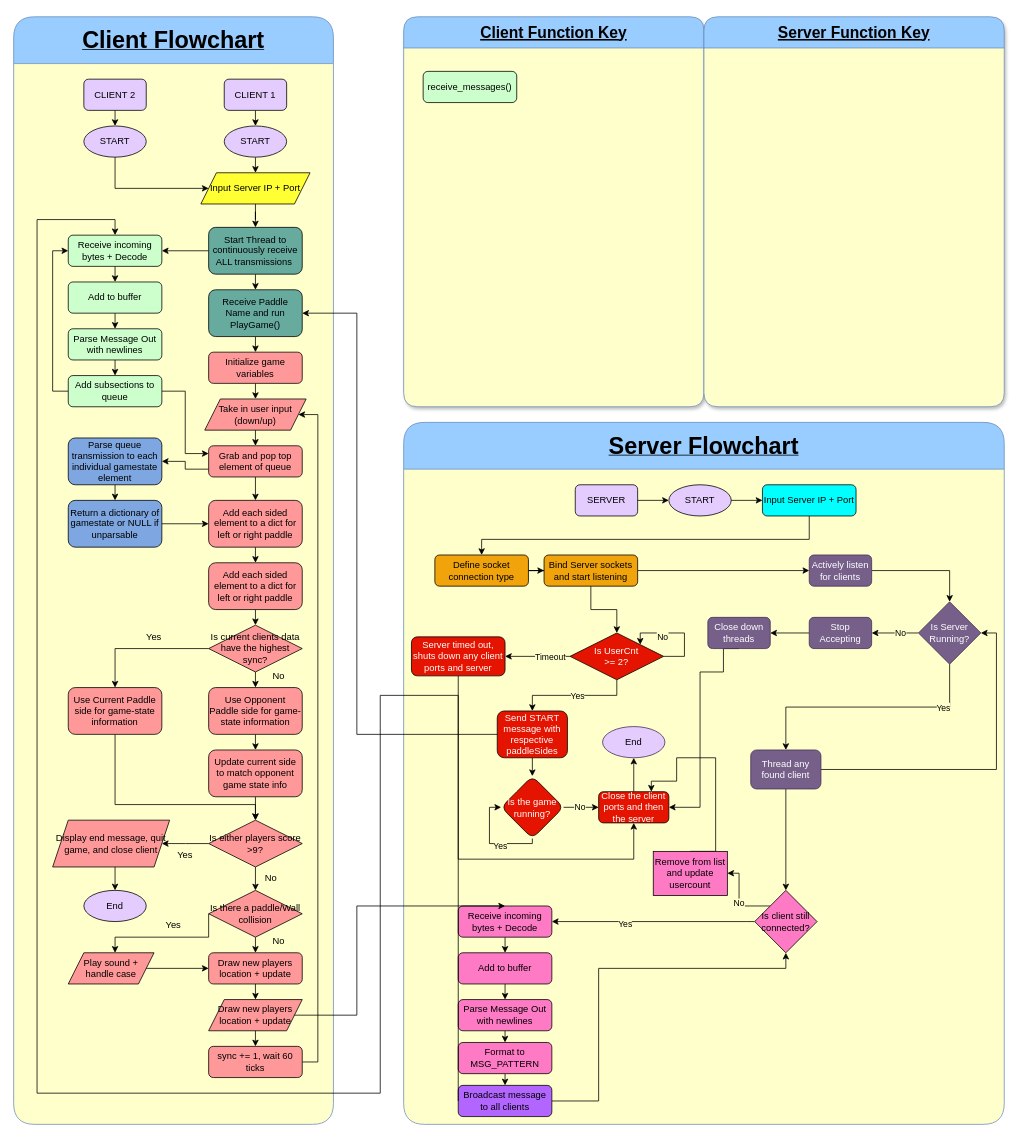
The draw.io diagram CS371_Project_Fall2025/CS371UMLDiagram.drawio in PixelatedLatte/CS371PongProject, before the edit. Source tidied: cells renumbered, new cells numbered last; positions are measured from the earlier drawing's top-left corner, leaving out a move shared by most shapes. Both pictures are drawn from the tidied source at 78%, with x=0, y=0 at pixel (13, 16).
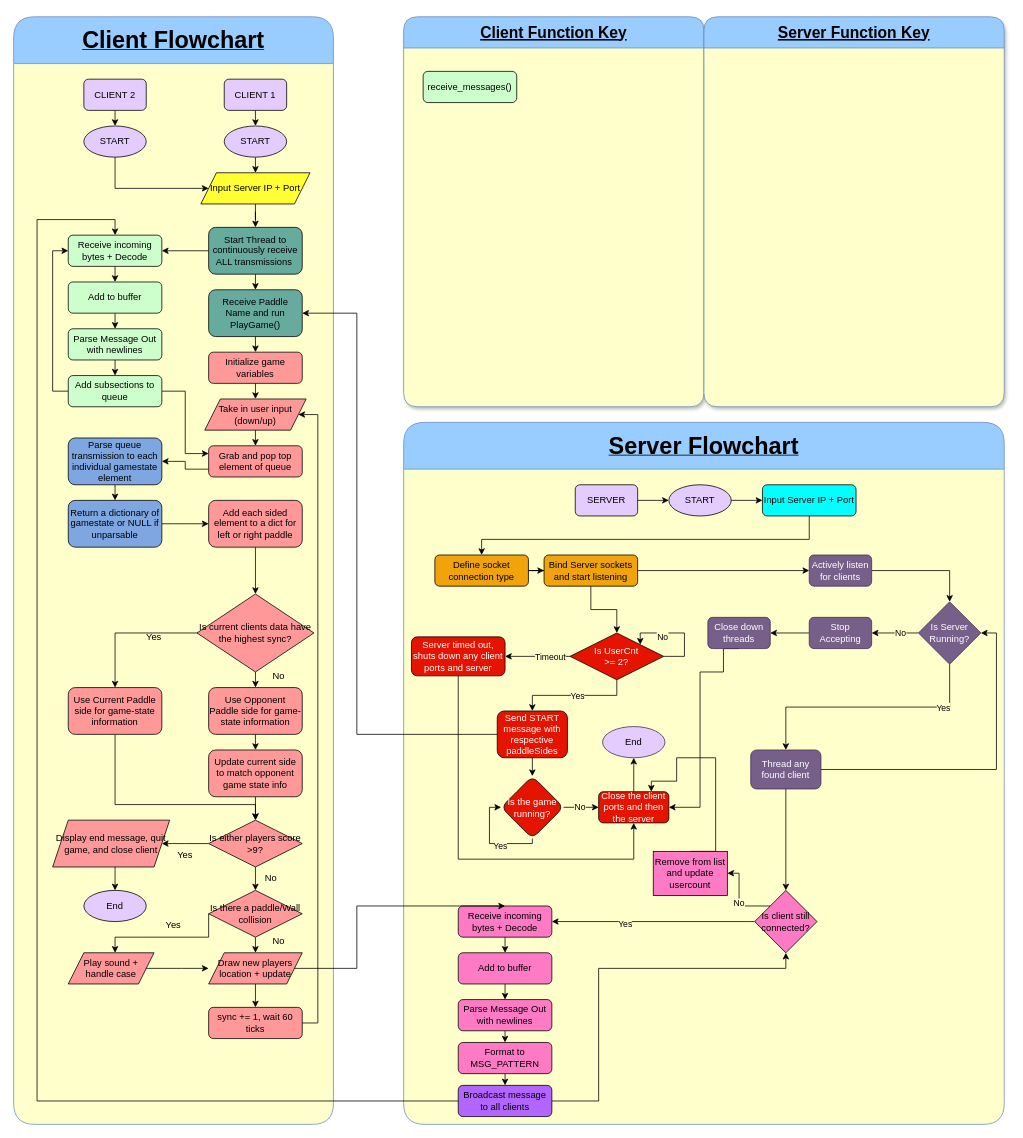
Above is the later version.

Commit message:
Fixed some more flowchart issues

Unchanged cells that the change refers to:
```xml
<mxCell id="32" value="Receive incoming bytes + Decode" style="rounded=1;whiteSpace=wrap;html=1;fillColor=#FF7AC5;" parent="2" vertex="1">
  <mxGeometry x="70" y="620" width="120" height="40" as="geometry" />
</mxCell>
<mxCell id="38" value="Broadcast message to all clients" style="rounded=1;whiteSpace=wrap;html=1;fillColor=#B266FF;" parent="2" vertex="1">
  <mxGeometry x="70" y="850" width="120" height="40" as="geometry" />
</mxCell>
<mxCell id="65" value="&lt;u&gt;&lt;font style=&quot;font-size: 30px;&quot;&gt;Client Flowchart&lt;/font&gt;&lt;/u&gt;" style="swimlane;whiteSpace=wrap;html=1;fillColor=#99CCFF;strokeColor=#6c8ebf;labelBorderColor=none;rounded=1;shadow=0;gradientColor=none;swimlaneFillColor=light-dark(#FFFFCC,#EDEDED);startSize=60;" parent="1" vertex="1">
  <mxGeometry width="410" height="1420" as="geometry" />
</mxCell>
<mxCell id="68" value="Take in user input (down/up)" style="shape=parallelogram;perimeter=parallelogramPerimeter;whiteSpace=wrap;html=1;fixedSize=1;fillColor=light-dark(#ff9999, #ededed);" parent="65" vertex="1">
  <mxGeometry x="245" y="490" width="130" height="40" as="geometry" />
</mxCell>
<mxCell id="70" value="Play sound + handle case" style="shape=parallelogram;perimeter=parallelogramPerimeter;whiteSpace=wrap;html=1;fixedSize=1;fillColor=light-dark(#ff9999, #ededed);" parent="65" vertex="1">
  <mxGeometry x="70" y="1200" width="110" height="40" as="geometry" />
</mxCell>
<mxCell id="85" value="Receive incoming bytes + Decode" style="rounded=1;whiteSpace=wrap;html=1;fillColor=#CCFFCC;" parent="1" vertex="1">
  <mxGeometry x="70" y="280" width="120" height="40" as="geometry" />
</mxCell>
<mxCell id="98" value="Grab and pop top element of queue" style="rounded=1;whiteSpace=wrap;html=1;fillColor=#FF9999;" parent="1" vertex="1">
  <mxGeometry x="250" y="550" width="120" height="40" as="geometry" />
</mxCell>
<mxCell id="104" value="Add each sided element to a dict for left or right paddle" style="rounded=1;whiteSpace=wrap;html=1;fillColor=#FF9999;" parent="1" vertex="1">
  <mxGeometry x="250" y="620" width="120" height="60" as="geometry" />
</mxCell>
<mxCell id="122" value="Is there a paddle/Wall collision" style="rhombus;whiteSpace=wrap;html=1;fillColor=#FF9999;" parent="1" vertex="1">
  <mxGeometry x="250" y="1120" width="120" height="60" as="geometry" />
</mxCell>
```

What changed in the source:
```diff
@@
     <mxCell id="66" value="Draw new players location + update" style="shape=parallelogram;perimeter=parallelogramPerimeter;whiteSpace=wrap;html=1;fixedSize=1;fillColor=light-dark(#ff9999, #ededed);" parent="65" vertex="1">
-      <mxGeometry x="250" y="1260" width="120" height="40" as="geometry" />
+      <mxGeometry x="250" y="1200" width="120" height="40" as="geometry" />
     </mxCell>
@@
+    <mxCell id="109" value="Is current clients data have the highest sync?" style="rhombus;whiteSpace=wrap;html=1;fillColor=#FF9999;" parent="65" vertex="1">
+      <mxGeometry x="235" y="740" width="150" height="100" as="geometry" />
+    </mxCell>
+    <mxCell id="129" value="sync += 1, wait 60 ticks" style="rounded=1;whiteSpace=wrap;html=1;fillColor=#FF9999;" parent="65" vertex="1">
+      <mxGeometry x="250" y="1270" width="120" height="40" as="geometry" />
+    </mxCell>
+    <mxCell id="126" style="edgeStyle=orthogonalEdgeStyle;rounded=0;jettySize=auto;html=1;exitX=0.5;exitY=1;exitDx=0;exitDy=0;entryX=0.5;entryY=0;entryDx=0;entryDy=0;" parent="65" edge="1" source="66" target="129">
+      <mxGeometry relative="1" as="geometry" />
+    </mxCell>
+    <mxCell id="128" style="edgeStyle=orthogonalEdgeStyle;rounded=0;jettySize=auto;html=1;exitX=1;exitY=0.5;exitDx=0;exitDy=0;entryX=1;entryY=0.5;entryDx=0;entryDy=0;" parent="65" edge="1" source="129" target="68">
+      <mxGeometry relative="1" as="geometry">
+        <Array as="points">
+          <mxPoint x="390" y="1290" />
+          <mxPoint x="390" y="510" />
+        </Array>
+      </mxGeometry>
+    </mxCell>
@@
-    <mxCell id="97" style="edgeStyle=orthogonalEdgeStyle;rounded=0;jettySize=auto;html=1;exitX=0.5;exitY=1;exitDx=0;exitDy=0;entryX=0.5;entryY=0;entryDx=0;entryDy=0;" parent="1" edge="1" source="98" target="104">
-      <mxGeometry relative="1" as="geometry" />
-    </mxCell>
@@
-    <mxCell id="103" style="edgeStyle=orthogonalEdgeStyle;rounded=0;jettySize=auto;html=1;exitX=0.5;exitY=1;exitDx=0;exitDy=0;entryX=0.5;entryY=0;entryDx=0;entryDy=0;" parent="1" edge="1" source="104" target="106">
-      <mxGeometry relative="1" as="geometry" />
-    </mxCell>
@@
-    <mxCell id="105" style="edgeStyle=orthogonalEdgeStyle;rounded=0;jettySize=auto;html=1;exitX=0.5;exitY=1;exitDx=0;exitDy=0;entryX=0.5;entryY=0;entryDx=0;entryDy=0;" parent="1" edge="1" source="106" target="109">
+    <mxCell id="105" style="edgeStyle=orthogonalEdgeStyle;rounded=0;jettySize=auto;html=1;exitX=0.5;exitY=1;exitDx=0;exitDy=0;entryX=0.5;entryY=0;entryDx=0;entryDy=0;" parent="1" edge="1" source="104" target="109">
       <mxGeometry relative="1" as="geometry" />
     </mxCell>
-    <mxCell id="106" value="Add each sided element to a dict for left or right paddle" style="rounded=1;whiteSpace=wrap;html=1;fillColor=#FF9999;" parent="1" vertex="1">
-      <mxGeometry x="250" y="700" width="120" height="60" as="geometry" />
-    </mxCell>
@@
-    <mxCell id="109" value="Is current clients data have the highest sync?" style="rhombus;whiteSpace=wrap;html=1;fillColor=#FF9999;" parent="1" vertex="1">
-      <mxGeometry x="250" y="780" width="120" height="60" as="geometry" />
-    </mxCell>
@@
-    <mxCell id="121" style="edgeStyle=orthogonalEdgeStyle;rounded=0;jettySize=auto;html=1;exitX=0.5;exitY=1;exitDx=0;exitDy=0;entryX=0.5;entryY=0;entryDx=0;entryDy=0;" parent="1" edge="1" source="122" target="125">
-      <mxGeometry relative="1" as="geometry" />
+    <mxCell id="121" style="edgeStyle=orthogonalEdgeStyle;rounded=0;jettySize=auto;html=1;exitX=0.5;exitY=1;exitDx=0;exitDy=0;entryX=0.5;entryY=0;entryDx=0;entryDy=0;" parent="1" edge="1" source="122">
+      <mxGeometry relative="1" as="geometry">
+        <mxPoint x="310" y="1200" as="targetPoint" />
+      </mxGeometry>
     </mxCell>
@@
-    <mxCell id="123" style="edgeStyle=orthogonalEdgeStyle;rounded=0;jettySize=auto;html=1;exitX=1;exitY=0.5;exitDx=0;exitDy=0;entryX=0;entryY=0.5;entryDx=0;entryDy=0;" parent="1" edge="1" source="70" target="125">
-      <mxGeometry relative="1" as="geometry" />
+    <mxCell id="123" style="edgeStyle=orthogonalEdgeStyle;rounded=0;jettySize=auto;html=1;exitX=1;exitY=0.5;exitDx=0;exitDy=0;entryX=0;entryY=0.5;entryDx=0;entryDy=0;" parent="1" edge="1" source="70">
+      <mxGeometry relative="1" as="geometry">
+        <mxPoint x="250" y="1220" as="targetPoint" />
+      </mxGeometry>
     </mxCell>
-    <mxCell id="124" style="edgeStyle=orthogonalEdgeStyle;rounded=0;jettySize=auto;html=1;exitX=0.5;exitY=1;exitDx=0;exitDy=0;entryX=0.5;entryY=0;entryDx=0;entryDy=0;" parent="1" edge="1" source="125" target="66">
-      <mxGeometry relative="1" as="geometry" />
-    </mxCell>
-    <mxCell id="125" value="Draw new players location + update" style="rounded=1;whiteSpace=wrap;html=1;fillColor=#FF9999;" parent="1" vertex="1">
-      <mxGeometry x="250" y="1200" width="120" height="40" as="geometry" />
-    </mxCell>
-    <mxCell id="126" style="edgeStyle=orthogonalEdgeStyle;rounded=0;jettySize=auto;html=1;exitX=0.5;exitY=1;exitDx=0;exitDy=0;entryX=0.5;entryY=0;entryDx=0;entryDy=0;" parent="1" edge="1" source="66" target="129">
-      <mxGeometry relative="1" as="geometry" />
-    </mxCell>
     <mxCell id="127" style="edgeStyle=orthogonalEdgeStyle;rounded=0;jettySize=auto;html=1;exitX=1;exitY=0.5;exitDx=0;exitDy=0;entryX=0.5;entryY=0;entryDx=0;entryDy=0;" parent="1" edge="1" source="66" target="32">
       <mxGeometry relative="1" as="geometry">
         <Array as="points">
-          <mxPoint x="440" y="1280" />
+          <mxPoint x="440" y="1220" />
           <mxPoint x="440" y="1140" />
         </Array>
       </mxGeometry>
     </mxCell>
-    <mxCell id="128" style="edgeStyle=orthogonalEdgeStyle;rounded=0;jettySize=auto;html=1;exitX=1;exitY=0.5;exitDx=0;exitDy=0;entryX=1;entryY=0.5;entryDx=0;entryDy=0;" parent="1" edge="1" source="129" target="68">
-      <mxGeometry relative="1" as="geometry">
-        <Array as="points">
-          <mxPoint x="390" y="1340" />
-          <mxPoint x="390" y="510" />
-        </Array>
-      </mxGeometry>
-    </mxCell>
-    <mxCell id="129" value="sync += 1, wait 60 ticks" style="rounded=1;whiteSpace=wrap;html=1;fillColor=#FF9999;" parent="1" vertex="1">
-      <mxGeometry x="250" y="1320" width="120" height="40" as="geometry" />
-    </mxCell>
@@
     <mxCell id="137" style="edgeStyle=orthogonalEdgeStyle;rounded=0;jettySize=auto;html=1;exitX=0;exitY=0.5;exitDx=0;exitDy=0;entryX=0.5;entryY=0;entryDx=0;entryDy=0;" parent="1" edge="1" source="38" target="85">
       <mxGeometry relative="1" as="geometry">
         <Array as="points">
-          <mxPoint x="470" y="870" />
-          <mxPoint x="470" y="1380" />
-          <mxPoint x="30" y="1380" />
+          <mxPoint x="30" y="1390" />
           <mxPoint x="30" y="260" />
           <mxPoint x="130" y="260" />
         </Array>
       </mxGeometry>
     </mxCell>
```
